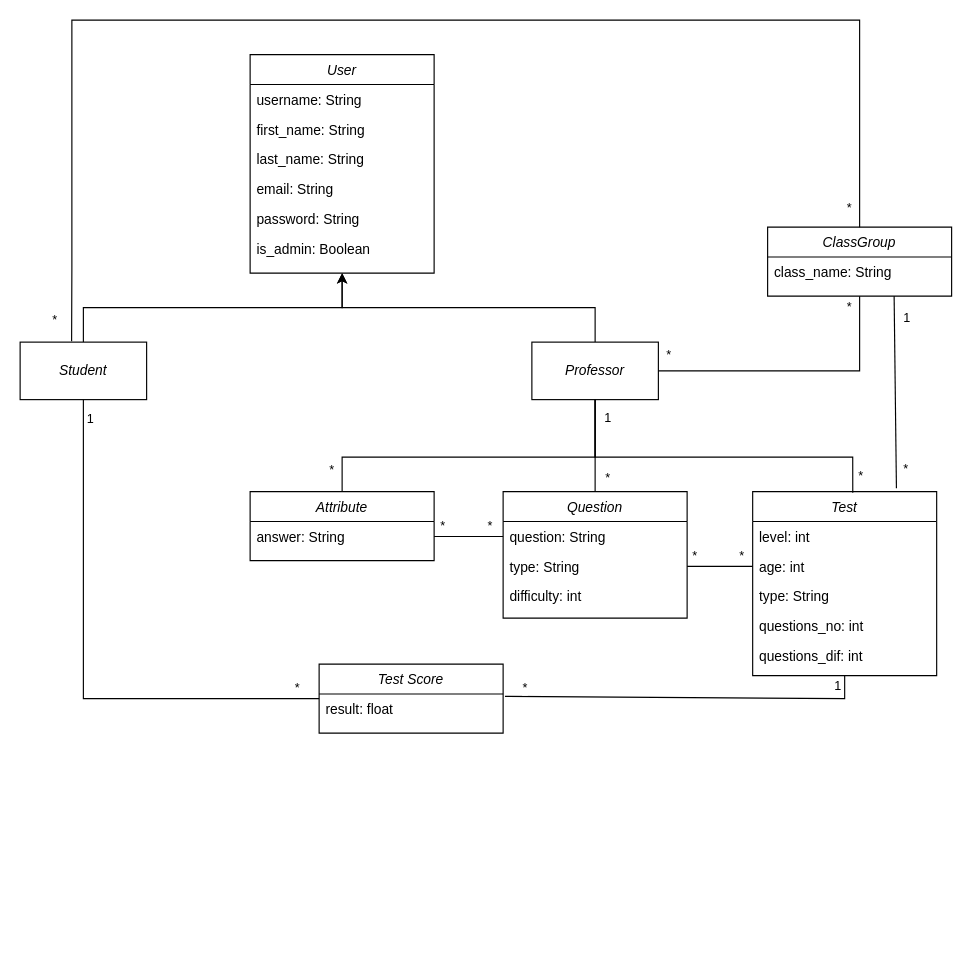
Earlier version of the draw.io diagram Class Diagram.drawio (nganaconda/lms-web). Source tidied: cells renumbered, new cells numbered last; positions are measured from the earlier drawing's top-left corner, leaving out a move shared by most shapes. Both pictures are drawn from the tidied source at 115%, with x=0, y=0 at pixel (20, 20).
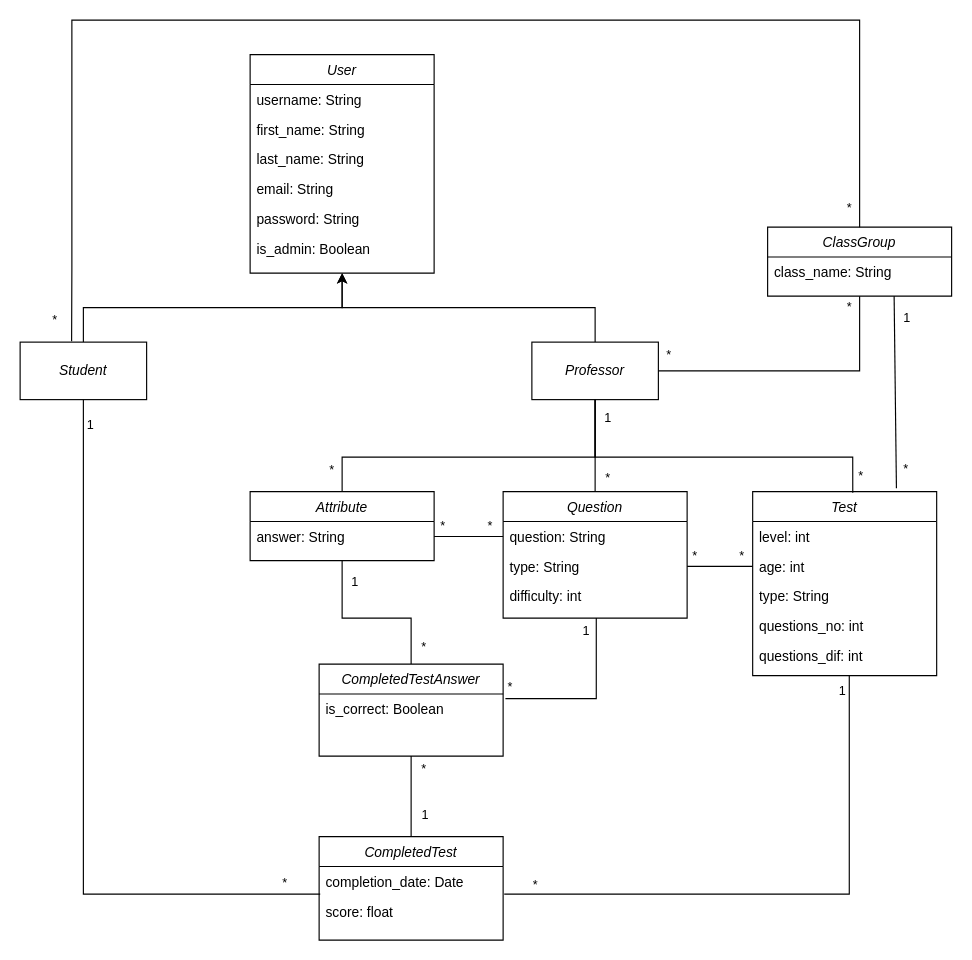
The same page after the edit.

The change refers to these unchanged cells:
```xml
<mxCell id="10" value="Student" style="rounded=0;whiteSpace=wrap;html=1;fontStyle=2;" parent="1" vertex="1">
  <mxGeometry y="280" width="110" height="50" as="geometry" />
</mxCell>
<mxCell id="13" value="Attribute" style="swimlane;fontStyle=2;align=center;verticalAlign=top;horizontal=1;startSize=26;rounded=0;shadow=0;strokeWidth=1;" parent="1" vertex="1">
  <mxGeometry x="200" y="410" width="160" height="60" as="geometry" />
</mxCell>
<mxCell id="19" value="Test" style="swimlane;fontStyle=2;align=center;verticalAlign=top;horizontal=1;startSize=26;rounded=0;shadow=0;strokeWidth=1;" parent="1" vertex="1">
  <mxGeometry x="637" y="410" width="160" height="160" as="geometry" />
</mxCell>
```

The edit, as a diff of the source:
```diff
@@
-    <mxCell id="35" value="Test Score" style="swimlane;fontStyle=2;align=center;verticalAlign=top;horizontal=1;startSize=26;rounded=0;shadow=0;strokeWidth=1;" parent="1" vertex="1">
-      <mxGeometry x="260" y="560" width="160" height="60" as="geometry" />
+    <mxCell id="35" value="CompletedTest" style="swimlane;fontStyle=2;align=center;verticalAlign=top;horizontal=1;startSize=26;rounded=0;shadow=0;strokeWidth=1;" parent="1" vertex="1">
+      <mxGeometry x="260" y="710" width="160" height="90" as="geometry" />
     </mxCell>
-    <mxCell id="36" value="result: float" style="text;align=left;verticalAlign=top;spacingLeft=4;spacingRight=4;overflow=hidden;points=[[0,0.5],[1,0.5]];portConstraint=eastwest;" parent="35" vertex="1">
+    <mxCell id="36" value="completion_date: Date" style="text;align=left;verticalAlign=top;spacingLeft=4;spacingRight=4;overflow=hidden;points=[[0,0.5],[1,0.5]];portConstraint=eastwest;" parent="35" vertex="1">
       <mxGeometry y="26" width="160" height="26" as="geometry" />
     </mxCell>
+    <mxCell id="54" value="score: float" style="text;align=left;verticalAlign=top;spacingLeft=4;spacingRight=4;overflow=hidden;" parent="35" vertex="1">
+      <mxGeometry y="52" width="160" height="26" as="geometry" />
+    </mxCell>
-    <mxCell id="37" style="endArrow=none;html=1;rounded=0;entryX=0.5;entryY=1;entryDx=0;entryDy=0;exitX=0;exitY=0.5;exitDx=0;exitDy=0;" parent="1" edge="1" source="35" target="10">
+    <mxCell id="37" style="endArrow=none;html=1;rounded=0;entryX=0.5;entryY=1;entryDx=0;entryDy=0;exitX=0.006;exitY=0.923;exitDx=0;exitDy=0;exitPerimeter=0;" parent="1" edge="1" source="36" target="10">
       <mxGeometry relative="1" as="geometry">
         <Array as="points">
-          <mxPoint x="180" y="590" />
+          <mxPoint x="55" y="760" />
           <mxPoint x="55" y="590" />
           <mxPoint x="55" y="370" />
         </Array>
       </mxGeometry>
     </mxCell>
@@
-    <mxCell id="40" style="endArrow=none;html=1;rounded=0;entryX=1.01;entryY=0.077;entryDx=0;entryDy=0;entryPerimeter=0;exitX=0.5;exitY=1;exitDx=0;exitDy=0;" parent="1" edge="1" source="19" target="36">
+    <mxCell id="40" style="endArrow=none;html=1;rounded=0;entryX=1.006;entryY=0.923;entryDx=0;entryDy=0;entryPerimeter=0;" parent="1" edge="1" target="36">
       <mxGeometry relative="1" as="geometry">
+        <mxPoint x="721" y="570" as="sourcePoint" />
         <Array as="points">
-          <mxPoint x="717" y="590" />
+          <mxPoint x="721" y="760" />
         </Array>
       </mxGeometry>
     </mxCell>
@@
+    <mxCell id="55" value="CompletedTestAnswer" style="swimlane;fontStyle=2;align=center;verticalAlign=top;horizontal=1;startSize=26;rounded=0;shadow=0;strokeWidth=1;" parent="1" vertex="1">
+      <mxGeometry x="260" y="560" width="160" height="80" as="geometry" />
+    </mxCell>
+    <mxCell id="56" value="is_correct: Boolean" style="text;align=left;verticalAlign=top;spacingLeft=4;spacingRight=4;overflow=hidden;" parent="55" vertex="1">
+      <mxGeometry y="26" width="160" height="26" as="geometry" />
+    </mxCell>
+    <mxCell id="57" style="endArrow=none;html=1;rounded=0;entryX=0.5;entryY=0;entryDx=0;entryDy=0;exitX=0.5;exitY=1;exitDx=0;exitDy=0;" parent="1" edge="1" source="55" target="35">
+      <mxGeometry relative="1" as="geometry" />
+    </mxCell>
+    <mxCell id="58" value="1" style="edgeLabel;html=1;align=center;verticalAlign=middle;" parent="57" vertex="1">
+      <mxGeometry x="-0.4" y="3" relative="1" as="geometry">
+        <mxPoint x="8" y="29" as="offset" />
+      </mxGeometry>
+    </mxCell>
+    <mxCell id="59" value="*" style="edgeLabel;html=1;align=center;verticalAlign=middle;" parent="57" vertex="1">
+      <mxGeometry x="0.6" y="2" relative="1" as="geometry">
+        <mxPoint x="8" y="-46" as="offset" />
+      </mxGeometry>
+    </mxCell>
+    <mxCell id="60" style="endArrow=none;html=1;rounded=0;" parent="1" edge="1">
+      <mxGeometry relative="1" as="geometry">
+        <mxPoint x="501" y="520" as="sourcePoint" />
+        <mxPoint x="422" y="590" as="targetPoint" />
+        <Array as="points">
+          <mxPoint x="501" y="590" />
+        </Array>
+      </mxGeometry>
+    </mxCell>
+    <mxCell id="61" value="1" style="edgeLabel;html=1;align=center;verticalAlign=middle;" parent="60" vertex="1">
+      <mxGeometry x="-0.4" y="3" relative="1" as="geometry">
+        <mxPoint x="-13" y="-35" as="offset" />
+      </mxGeometry>
+    </mxCell>
+    <mxCell id="62" value="*" style="edgeLabel;html=1;align=center;verticalAlign=middle;" parent="60" vertex="1">
+      <mxGeometry x="0.6" y="2" relative="1" as="geometry">
+        <mxPoint x="-27" y="-13" as="offset" />
+      </mxGeometry>
+    </mxCell>
+    <mxCell id="63" style="endArrow=none;html=1;rounded=0;entryX=0.5;entryY=0;entryDx=0;entryDy=0;exitX=0.5;exitY=1;exitDx=0;exitDy=0;" parent="1" edge="1" source="13" target="55">
+      <mxGeometry relative="1" as="geometry">
+        <Array as="points">
+          <mxPoint x="280" y="520" />
+          <mxPoint x="340" y="520" />
+        </Array>
+      </mxGeometry>
+    </mxCell>
+    <mxCell id="64" value="1" style="edgeLabel;html=1;align=center;verticalAlign=middle;" parent="63" vertex="1">
+      <mxGeometry x="-0.4" y="3" relative="1" as="geometry">
+        <mxPoint x="7" y="-27" as="offset" />
+      </mxGeometry>
+    </mxCell>
+    <mxCell id="65" value="*" style="edgeLabel;html=1;align=center;verticalAlign=middle;" parent="63" vertex="1">
+      <mxGeometry x="0.6" y="2" relative="1" as="geometry">
+        <mxPoint x="8" y="14" as="offset" />
+      </mxGeometry>
+    </mxCell>
```
